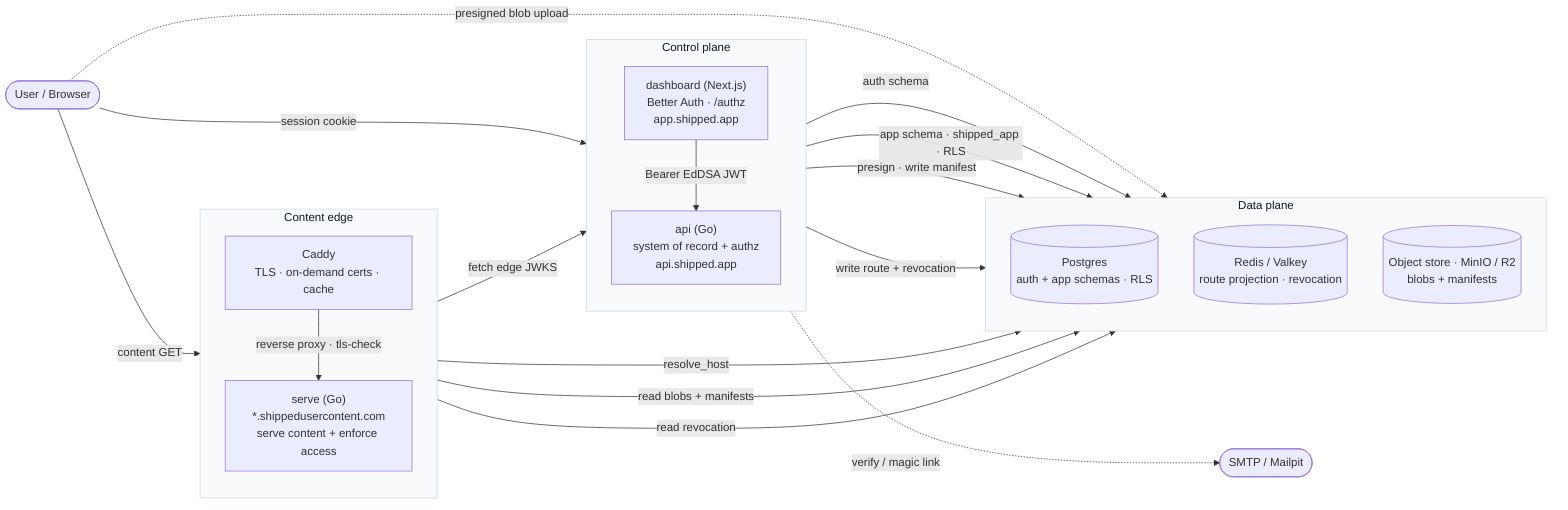
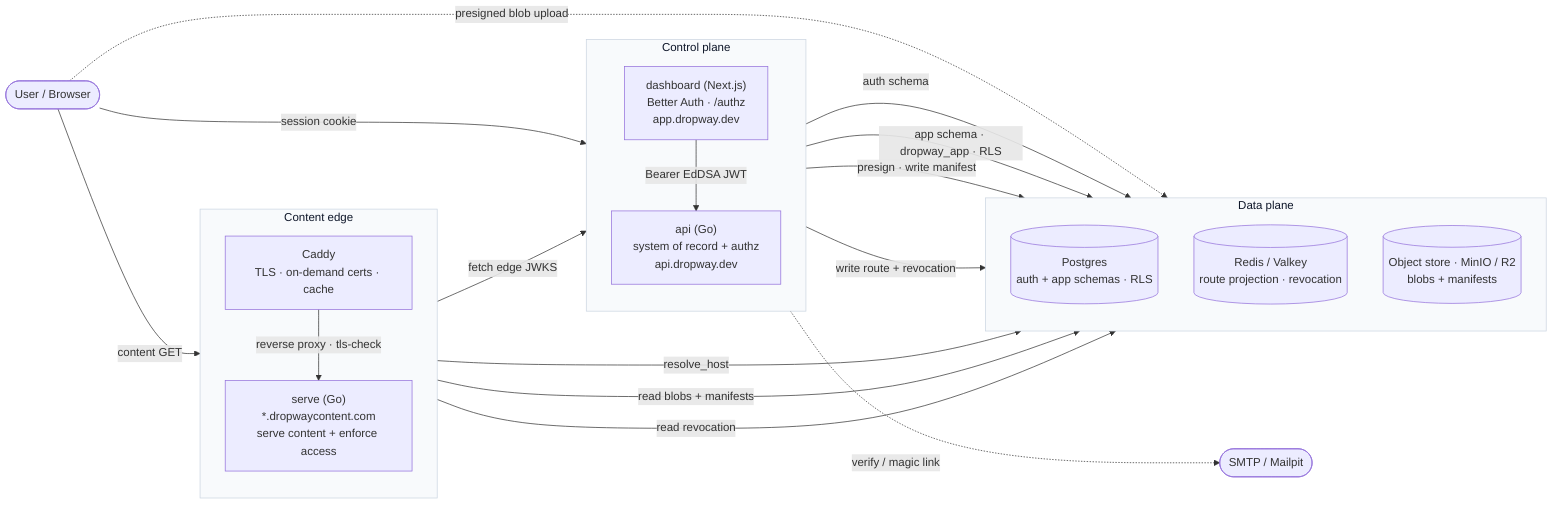
flowchart LR
  user(["User / Browser"])

  subgraph edge["Content edge"]
    direction TB
    caddy["Caddy<br/>TLS · on-demand certs · cache"]
-     serve["serve (Go)<br/>*.shippedusercontent.com<br/>serve content + enforce access"]
+     serve["serve (Go)<br/>*.dropwaycontent.com<br/>serve content + enforce access"]
  end

  subgraph control["Control plane"]
    direction TB
-     dash["dashboard (Next.js)<br/>Better Auth · /authz<br/>app.shipped.app"]
-     api["api (Go)<br/>system of record + authz<br/>api.shipped.app"]
+     dash["dashboard (Next.js)<br/>Better Auth · /authz<br/>app.dropway.dev"]
+     api["api (Go)<br/>system of record + authz<br/>api.dropway.dev"]
  end

  subgraph datap["Data plane"]
    direction TB
    pg[("Postgres<br/>auth + app schemas · RLS")]
    redis[("Redis / Valkey<br/>route projection · revocation")]
    store[("Object store · MinIO / R2<br/>blobs + manifests")]
  end

  smtp(["SMTP / Mailpit"])

  user -->|session cookie| dash
  user -->|content GET| caddy
  user -. presigned blob upload .-> store
  caddy -->|reverse proxy · tls-check| serve
  dash -->|Bearer EdDSA JWT| api
  dash -->|auth schema| pg
  dash -. verify / magic link .-> smtp
-   api -->|app schema · shipped_app · RLS| pg
+   api -->|app schema · dropway_app · RLS| pg
  api -->|presign · write manifest| store
  api -->|write route + revocation| redis
  serve -->|resolve_host| pg
  serve -->|read blobs + manifests| store
  serve -->|read revocation| redis
  serve -->|fetch edge JWKS| api

  classDef plane fill:#f8fafc,stroke:#cbd5e1,color:#0f172a;
  class edge,control,datap plane;
